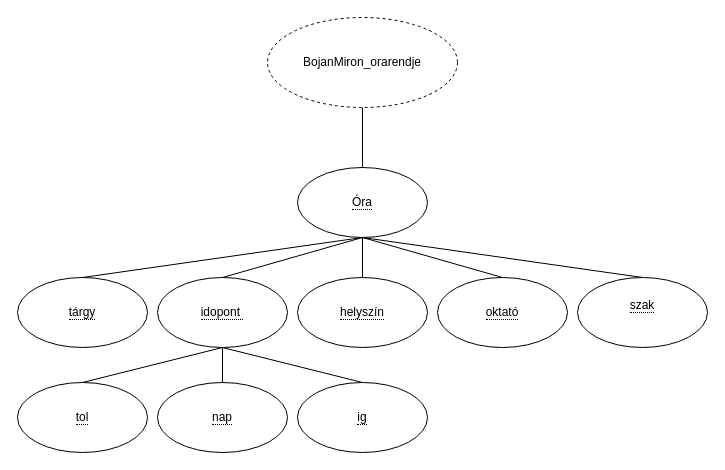
Earlier version of the draw.io diagram F4XQRO_0917/F4XQRO_orarendXDM.drawio (mironprog/F4XQRO-XML). Source tidied: cells renumbered, new cells numbered last; positions are measured from the earlier drawing's top-left corner, leaving out a move shared by most shapes. Both pictures are drawn from the tidied source at 100%, with x=0, y=0 at pixel (17, 17).
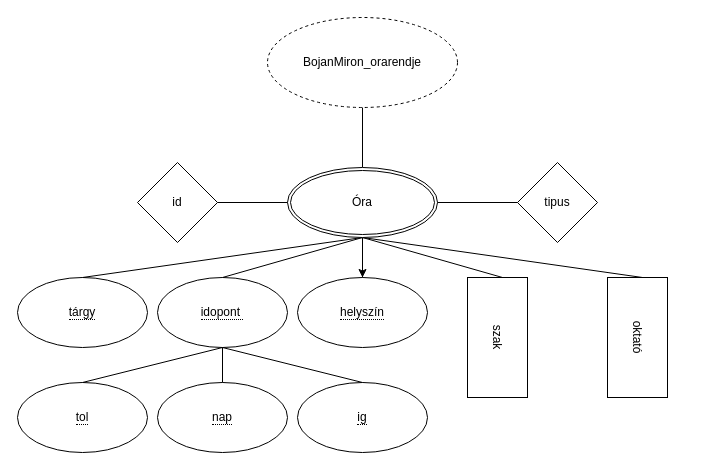
The same page after the edit.

The change refers to these unchanged cells:
```xml
<mxCell id="2" value="BojanMiron_orarendje" style="ellipse;whiteSpace=wrap;html=1;align=center;dashed=1;" parent="1" vertex="1">
  <mxGeometry x="250" width="190" height="90" as="geometry" />
</mxCell>
<mxCell id="4" value="&lt;span style=&quot;border-bottom: 1px dotted&quot;&gt;tárgy&lt;/span&gt;" style="ellipse;whiteSpace=wrap;html=1;align=center;" parent="1" vertex="1">
  <mxGeometry y="260" width="130" height="70" as="geometry" />
</mxCell>
<mxCell id="6" value="&lt;span style=&quot;border-bottom: 1px dotted&quot;&gt;idopont&amp;nbsp;&lt;/span&gt;" style="ellipse;whiteSpace=wrap;html=1;align=center;" parent="1" vertex="1">
  <mxGeometry x="140" y="260" width="130" height="70" as="geometry" />
</mxCell>
<mxCell id="7" value="&lt;span style=&quot;border-bottom: 1px dotted&quot;&gt;helyszín&lt;/span&gt;" style="ellipse;whiteSpace=wrap;html=1;align=center;" parent="1" vertex="1">
  <mxGeometry x="280" y="260" width="130" height="70" as="geometry" />
</mxCell>
```

Diff of the diagram source:
```diff
@@
-    <mxCell id="3" value="&lt;span style=&quot;border-bottom: 1px dotted&quot;&gt;Óra&lt;/span&gt;" style="ellipse;whiteSpace=wrap;html=1;align=center;" parent="1" vertex="1">
-      <mxGeometry x="280" y="150" width="130" height="70" as="geometry" />
-    </mxCell>
@@
-    <mxCell id="5" style="endArrow=none;html=1;rounded=0;exitX=0.5;exitY=1;exitDx=0;exitDy=0;entryX=0.5;entryY=0;entryDx=0;entryDy=0;" parent="1" edge="1" source="2" target="3">
-      <mxGeometry relative="1" as="geometry" />
+    <mxCell id="5" style="endArrow=none;html=1;rounded=0;exitX=0.5;exitY=1;exitDx=0;exitDy=0;entryX=0.5;entryY=0;entryDx=0;entryDy=0;" parent="1" edge="1" source="2">
+      <mxGeometry relative="1" as="geometry">
+        <mxPoint x="345" y="150" as="targetPoint" />
+      </mxGeometry>
     </mxCell>
@@
-    <mxCell id="8" value="&lt;span style=&quot;border-bottom: 1px dotted&quot;&gt;oktató&lt;/span&gt;" style="ellipse;whiteSpace=wrap;html=1;align=center;" parent="1" vertex="1">
-      <mxGeometry x="420" y="260" width="130" height="70" as="geometry" />
-    </mxCell>
-    <mxCell id="9" value="&lt;span style=&quot;border-bottom: 1px dotted&quot;&gt;szak&lt;/span&gt;&lt;div&gt;&lt;span style=&quot;border-bottom: 1px dotted&quot;&gt;&lt;br&gt;&lt;/span&gt;&lt;/div&gt;" style="ellipse;whiteSpace=wrap;html=1;align=center;" parent="1" vertex="1">
-      <mxGeometry x="560" y="260" width="130" height="70" as="geometry" />
-    </mxCell>
@@
-    <mxCell id="13" style="endArrow=none;html=1;rounded=0;entryX=0.5;entryY=1;entryDx=0;entryDy=0;exitX=0.5;exitY=0;exitDx=0;exitDy=0;" parent="1" edge="1" source="6" target="3">
-      <mxGeometry relative="1" as="geometry" />
+    <mxCell id="13" style="endArrow=none;html=1;rounded=0;entryX=0.5;entryY=1;entryDx=0;entryDy=0;exitX=0.5;exitY=0;exitDx=0;exitDy=0;" parent="1" edge="1" source="6">
+      <mxGeometry relative="1" as="geometry">
+        <mxPoint x="345" y="220" as="targetPoint" />
+      </mxGeometry>
     </mxCell>
-    <mxCell id="14" style="endArrow=none;html=1;rounded=0;exitX=0.5;exitY=1;exitDx=0;exitDy=0;entryX=0.5;entryY=0;entryDx=0;entryDy=0;" parent="1" edge="1" source="3" target="4">
-      <mxGeometry relative="1" as="geometry" />
+    <mxCell id="14" style="endArrow=none;html=1;rounded=0;exitX=0.5;exitY=1;exitDx=0;exitDy=0;entryX=0.5;entryY=0;entryDx=0;entryDy=0;" parent="1" edge="1" target="4">
+      <mxGeometry relative="1" as="geometry">
+        <mxPoint x="345" y="220" as="sourcePoint" />
+      </mxGeometry>
     </mxCell>
@@
-    <mxCell id="18" style="endArrow=none;html=1;rounded=0;entryX=0.5;entryY=1;entryDx=0;entryDy=0;exitX=0.5;exitY=0;exitDx=0;exitDy=0;" parent="1" edge="1" source="9" target="3">
-      <mxGeometry relative="1" as="geometry" />
+    <mxCell id="18" style="endArrow=none;html=1;rounded=0;entryX=0.5;entryY=1;entryDx=0;entryDy=0;exitX=0.5;exitY=0;exitDx=0;exitDy=0;" parent="1" edge="1">
+      <mxGeometry relative="1" as="geometry">
+        <mxPoint x="625" y="260" as="sourcePoint" />
+        <mxPoint x="345" y="220" as="targetPoint" />
+      </mxGeometry>
     </mxCell>
-    <mxCell id="19" style="endArrow=none;html=1;rounded=0;entryX=0.5;entryY=1;entryDx=0;entryDy=0;exitX=0.5;exitY=0;exitDx=0;exitDy=0;" parent="1" edge="1" source="8" target="3">
-      <mxGeometry relative="1" as="geometry" />
+    <mxCell id="19" style="endArrow=none;html=1;rounded=0;entryX=0.5;entryY=1;entryDx=0;entryDy=0;exitX=0.5;exitY=0;exitDx=0;exitDy=0;" parent="1" edge="1">
+      <mxGeometry relative="1" as="geometry">
+        <mxPoint x="485" y="260" as="sourcePoint" />
+        <mxPoint x="345" y="220" as="targetPoint" />
+      </mxGeometry>
     </mxCell>
-    <mxCell id="20" style="endArrow=none;html=1;rounded=0;entryX=0.5;entryY=1;entryDx=0;entryDy=0;exitX=0.5;exitY=0;exitDx=0;exitDy=0;" parent="1" edge="1" source="7" target="3">
-      <mxGeometry relative="1" as="geometry" />
+    <mxCell id="20" style="endArrow=none;html=1;rounded=0;entryX=0.5;entryY=1;entryDx=0;entryDy=0;exitX=0.5;exitY=0;exitDx=0;exitDy=0;" parent="1" edge="1" source="7">
+      <mxGeometry relative="1" as="geometry">
+        <mxPoint x="345" y="220" as="targetPoint" />
+      </mxGeometry>
     </mxCell>
+    <mxCell id="21" style="edgeStyle=orthogonalEdgeStyle;rounded=0;jettySize=auto;html=1;" parent="1" edge="1" source="3" target="7">
+      <mxGeometry relative="1" as="geometry" />
+    </mxCell>
+    <mxCell id="3" value="Óra" style="ellipse;shape=doubleEllipse;margin=3;whiteSpace=wrap;html=1;align=center;" parent="1" vertex="1">
+      <mxGeometry x="270" y="150" width="150" height="70" as="geometry" />
+    </mxCell>
+    <mxCell id="9" value="szak" style="rounded=0;whiteSpace=wrap;html=1;rotation=90;" parent="1" vertex="1">
+      <mxGeometry x="420" y="290" width="120" height="60" as="geometry" />
+    </mxCell>
+    <mxCell id="8" value="oktató" style="rounded=0;whiteSpace=wrap;html=1;rotation=90;" parent="1" vertex="1">
+      <mxGeometry x="560" y="290" width="120" height="60" as="geometry" />
+    </mxCell>
+    <mxCell id="22" value="tipus" style="rhombus;whiteSpace=wrap;html=1;" parent="1" vertex="1">
+      <mxGeometry x="500" y="145" width="80" height="80" as="geometry" />
+    </mxCell>
+    <mxCell id="23" value="id" style="rhombus;whiteSpace=wrap;html=1;" parent="1" vertex="1">
+      <mxGeometry x="120" y="145" width="80" height="80" as="geometry" />
+    </mxCell>
+    <mxCell id="24" style="endArrow=none;html=1;rounded=0;entryX=0;entryY=0.5;entryDx=0;entryDy=0;exitX=1;exitY=0.5;exitDx=0;exitDy=0;" parent="1" edge="1" source="23" target="3">
+      <mxGeometry relative="1" as="geometry" />
+    </mxCell>
+    <mxCell id="25" style="endArrow=none;html=1;rounded=0;entryX=0;entryY=0.5;entryDx=0;entryDy=0;exitX=1;exitY=0.5;exitDx=0;exitDy=0;" parent="1" edge="1" source="3" target="22">
+      <mxGeometry relative="1" as="geometry" />
+    </mxCell>
```
